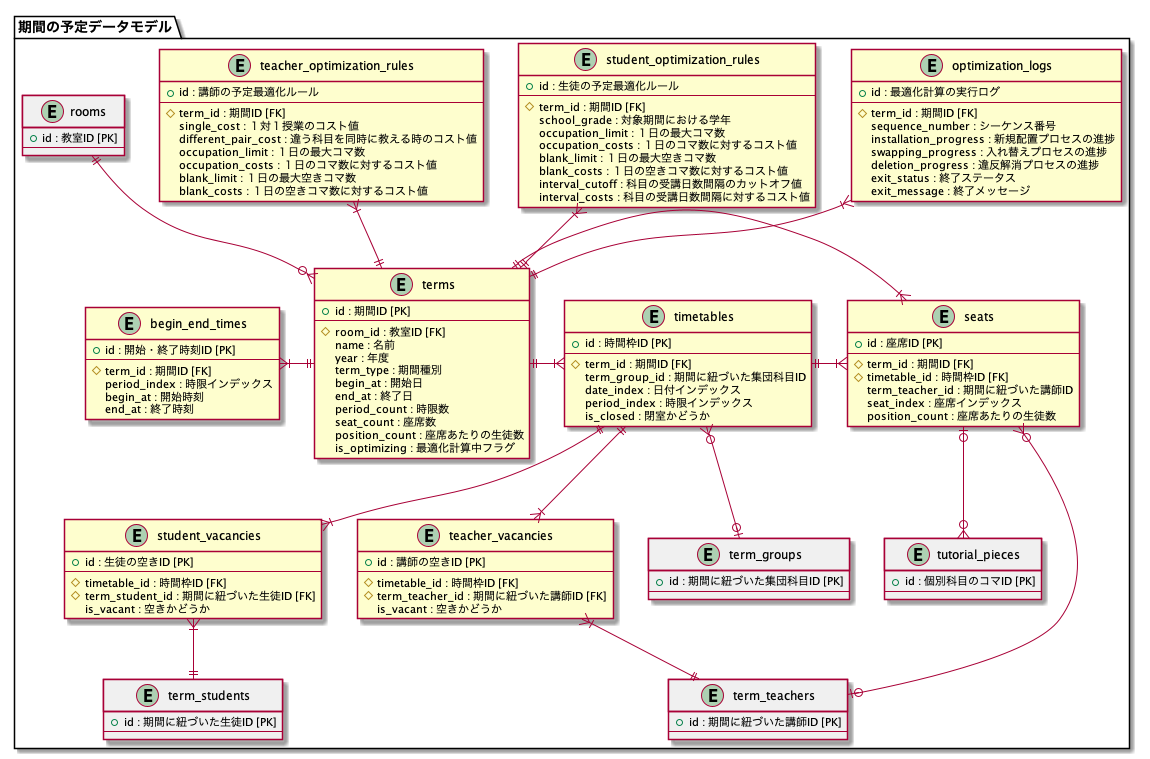
Before: application/doc/term_schedule_data_model.png, a diagram exported from PlantUML (mass584/rakuraku_komagumi).
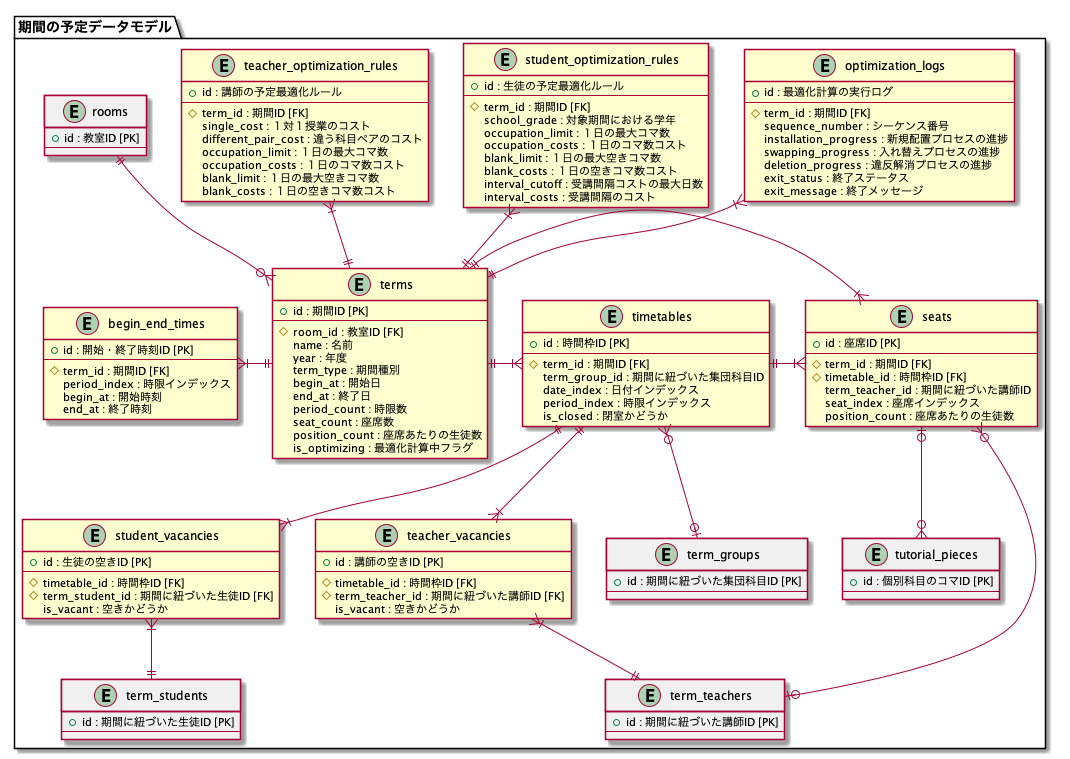
After the change.

What changed in the source:
```diff
@@ -27,23 +27,23 @@
     # term_id : 期間ID [FK]
     school_grade : 対象期間における学年
     occupation_limit : １日の最大コマ数
-    occupation_costs : １日のコマ数に対するコスト値
+    occupation_costs : １日のコマ数コスト
     blank_limit : １日の最大空きコマ数
-    blank_costs : １日の空きコマ数に対するコスト値
-    interval_cutoff : 科目の受講日数間隔のカットオフ値
-    interval_costs : 科目の受講日数間隔に対するコスト値
+    blank_costs : １日の空きコマ数コスト
+    interval_cutoff : 受講間隔コストの最大日数
+    interval_costs : 受講間隔のコスト
   }
 
   entity "teacher_optimization_rules" {
     + id : 講師の予定最適化ルール
     --
     # term_id : 期間ID [FK]
-    single_cost : １対１授業のコスト値
-    different_pair_cost : 違う科目を同時に教える時のコスト値
+    single_cost : １対１授業のコスト
+    different_pair_cost : 違う科目ペアのコスト
     occupation_limit : １日の最大コマ数
-    occupation_costs : １日のコマ数に対するコスト値
+    occupation_costs : １日のコマ数コスト
     blank_limit : １日の最大空きコマ数
-    blank_costs : １日の空きコマ数に対するコスト値
+    blank_costs : １日の空きコマ数コスト
   }
 
   entity "optimization_logs" {
```
